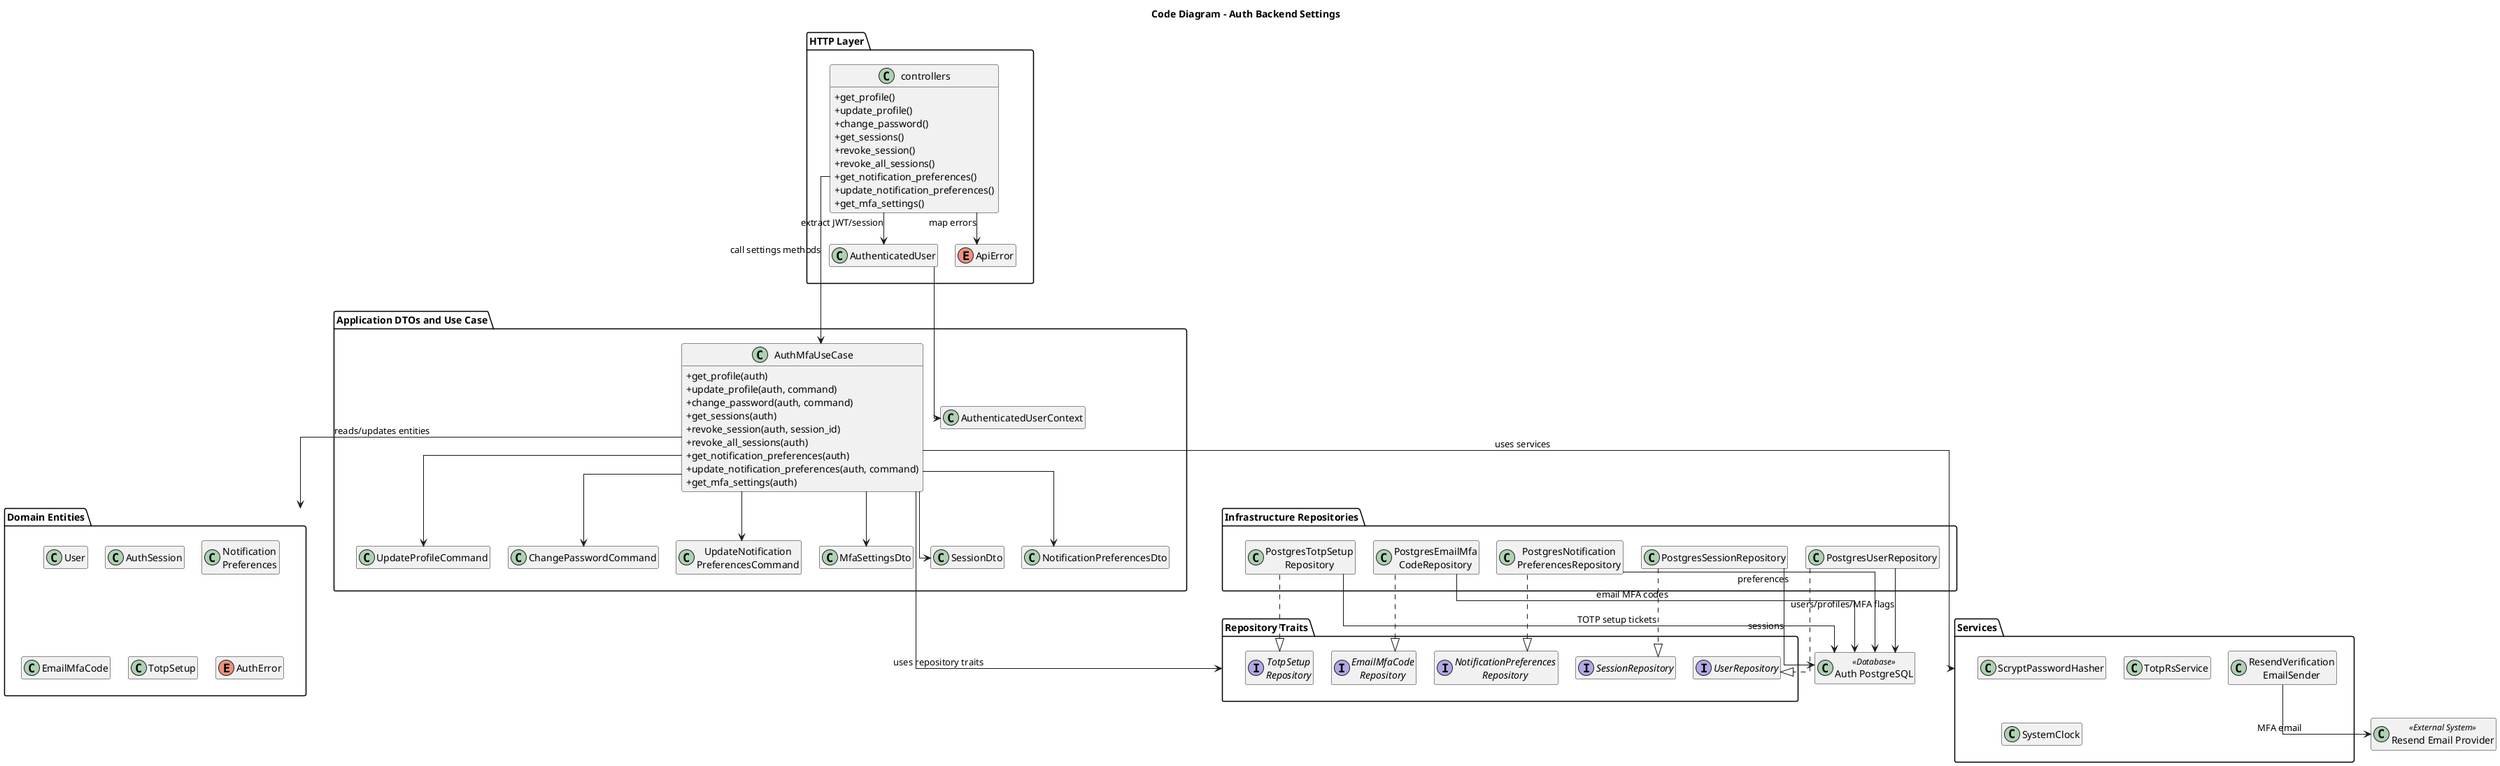
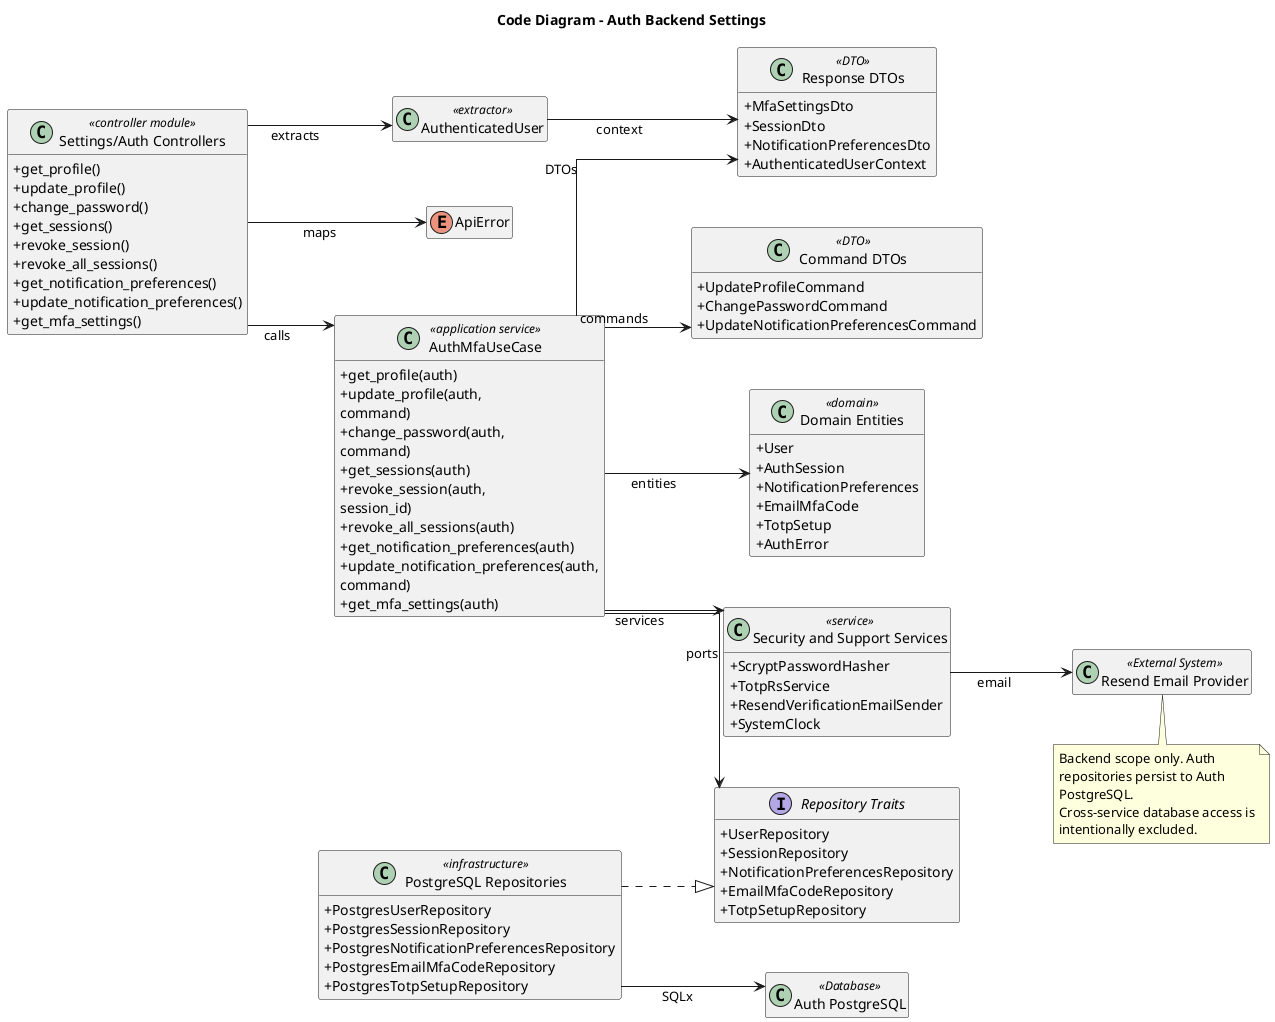
@startuml
title Code Diagram - Auth Backend Settings
- top to bottom direction
+ left to right direction
skinparam classAttributeIconSize 0
skinparam linetype ortho
- skinparam nodesep 25
- skinparam ranksep 45
+ skinparam nodesep 50
+ skinparam ranksep 70
+ skinparam wrapWidth 200
hide empty members

- package "HTTP Layer" as HTTP {
-   class controllers {
-     +get_profile()
-     +update_profile()
-     +change_password()
-     +get_sessions()
-     +revoke_session()
-     +revoke_all_sessions()
-     +get_notification_preferences()
-     +update_notification_preferences()
-     +get_mfa_settings()
-   }
-   class AuthenticatedUser
-   enum ApiError
+ class "Settings/Auth Controllers" as Controllers <<controller module>> {
+   +get_profile()
+   +update_profile()
+   +change_password()
+   +get_sessions()
+   +revoke_session()
+   +revoke_all_sessions()
+   +get_notification_preferences()
+   +update_notification_preferences()
+   +get_mfa_settings()
}

- package "Application DTOs and Use Case" as APP {
-   class AuthMfaUseCase {
-     +get_profile(auth)
-     +update_profile(auth, command)
-     +change_password(auth, command)
-     +get_sessions(auth)
-     +revoke_session(auth, session_id)
-     +revoke_all_sessions(auth)
-     +get_notification_preferences(auth)
-     +update_notification_preferences(auth, command)
-     +get_mfa_settings(auth)
-   }
-   class "UpdateProfileCommand" as UpdateProfileCommand
-   class "ChangePasswordCommand" as ChangePasswordCommand
-   class "UpdateNotification\nPreferencesCommand" as UpdateNotificationPreferencesCommand
-   class MfaSettingsDto
-   class SessionDto
-   class NotificationPreferencesDto
-   class AuthenticatedUserContext
+ class AuthenticatedUser <<extractor>>
+ enum ApiError
+ 
+ class AuthMfaUseCase <<application service>> {
+   +get_profile(auth)
+   +update_profile(auth, command)
+   +change_password(auth, command)
+   +get_sessions(auth)
+   +revoke_session(auth, session_id)
+   +revoke_all_sessions(auth)
+   +get_notification_preferences(auth)
+   +update_notification_preferences(auth, command)
+   +get_mfa_settings(auth)
}

- package "Domain Entities" as DOMAIN {
-   class User
-   class AuthSession
-   class "Notification\nPreferences" as NotificationPreferences
-   class EmailMfaCode
-   class TotpSetup
-   enum AuthError
+ class "Command DTOs" as CommandDtos <<DTO>> {
+   +UpdateProfileCommand
+   +ChangePasswordCommand
+   +UpdateNotificationPreferencesCommand
}

- package "Repository Traits" as PORTS {
-   interface UserRepository
-   interface SessionRepository
-   interface "NotificationPreferences\nRepository" as NotificationPreferencesRepository
-   interface "EmailMfaCode\nRepository" as EmailMfaCodeRepository
-   interface "TotpSetup\nRepository" as TotpSetupRepository
+ class "Response DTOs" as ResponseDtos <<DTO>> {
+   +MfaSettingsDto
+   +SessionDto
+   +NotificationPreferencesDto
+   +AuthenticatedUserContext
}

- package "Infrastructure Repositories" as REPOS {
-   class PostgresUserRepository
-   class PostgresSessionRepository
-   class "PostgresNotification\nPreferencesRepository" as PostgresNotificationPreferencesRepository
-   class "PostgresEmailMfa\nCodeRepository" as PostgresEmailMfaCodeRepository
-   class "PostgresTotpSetup\nRepository" as PostgresTotpSetupRepository
+ class "Domain Entities" as DomainEntities <<domain>> {
+   +User
+   +AuthSession
+   +NotificationPreferences
+   +EmailMfaCode
+   +TotpSetup
+   +AuthError
}

- package "Services" as SERVICES {
-   class ScryptPasswordHasher
-   class TotpRsService
-   class "ResendVerification\nEmailSender" as ResendVerificationEmailSender
-   class SystemClock
+ interface "Repository Traits" as RepositoryTraits {
+   +UserRepository
+   +SessionRepository
+   +NotificationPreferencesRepository
+   +EmailMfaCodeRepository
+   +TotpSetupRepository
+ }
+ 
+ class "PostgreSQL Repositories" as PostgresRepositories <<infrastructure>> {
+   +PostgresUserRepository
+   +PostgresSessionRepository
+   +PostgresNotificationPreferencesRepository
+   +PostgresEmailMfaCodeRepository
+   +PostgresTotpSetupRepository
+ }
+ 
+ class "Security and Support Services" as SecurityServices <<service>> {
+   +ScryptPasswordHasher
+   +TotpRsService
+   +ResendVerificationEmailSender
+   +SystemClock
}

class "Auth PostgreSQL" as AuthDB <<Database>>
class "Resend Email Provider" as Resend <<External System>>

- HTTP -[hidden]down- APP
- APP -[hidden]down- DOMAIN
- DOMAIN -[hidden]down- PORTS
- PORTS -[hidden]down- REPOS
- REPOS -[hidden]down- SERVICES
+ Controllers --> AuthenticatedUser : extracts
+ Controllers --> AuthMfaUseCase : calls
+ Controllers --> ApiError : maps
+ AuthenticatedUser --> ResponseDtos : context

- controllers --> AuthenticatedUser : extract JWT/session
- controllers --> AuthMfaUseCase : call settings methods
- controllers --> ApiError : map errors
- AuthenticatedUser --> AuthenticatedUserContext
+ AuthMfaUseCase --> CommandDtos : commands
+ AuthMfaUseCase --> ResponseDtos : DTOs
+ AuthMfaUseCase --> DomainEntities : entities
+ AuthMfaUseCase --> RepositoryTraits : ports
+ AuthMfaUseCase --> SecurityServices : services

- AuthMfaUseCase --> PORTS : uses repository traits
- AuthMfaUseCase --> SERVICES : uses services
- AuthMfaUseCase --> DOMAIN : reads/updates entities
- AuthMfaUseCase --> UpdateProfileCommand
- AuthMfaUseCase --> ChangePasswordCommand
- AuthMfaUseCase --> UpdateNotificationPreferencesCommand
- AuthMfaUseCase --> MfaSettingsDto
- AuthMfaUseCase --> SessionDto
- AuthMfaUseCase --> NotificationPreferencesDto
+ PostgresRepositories ..|> RepositoryTraits
+ PostgresRepositories --> AuthDB : SQLx
+ SecurityServices --> Resend : email

- PostgresUserRepository ..|> UserRepository
- PostgresSessionRepository ..|> SessionRepository
- PostgresNotificationPreferencesRepository ..|> NotificationPreferencesRepository
- PostgresEmailMfaCodeRepository ..|> EmailMfaCodeRepository
- PostgresTotpSetupRepository ..|> TotpSetupRepository
- 
- PostgresUserRepository --> AuthDB : users/profiles/MFA flags
- PostgresSessionRepository --> AuthDB : sessions
- PostgresNotificationPreferencesRepository --> AuthDB : preferences
- PostgresEmailMfaCodeRepository --> AuthDB : email MFA codes
- PostgresTotpSetupRepository --> AuthDB : TOTP setup tickets
- ResendVerificationEmailSender --> Resend : MFA email
+ note bottom
+ Backend scope only. Auth repositories persist to Auth PostgreSQL.
+ Cross-service database access is intentionally excluded.
+ end note
@enduml
